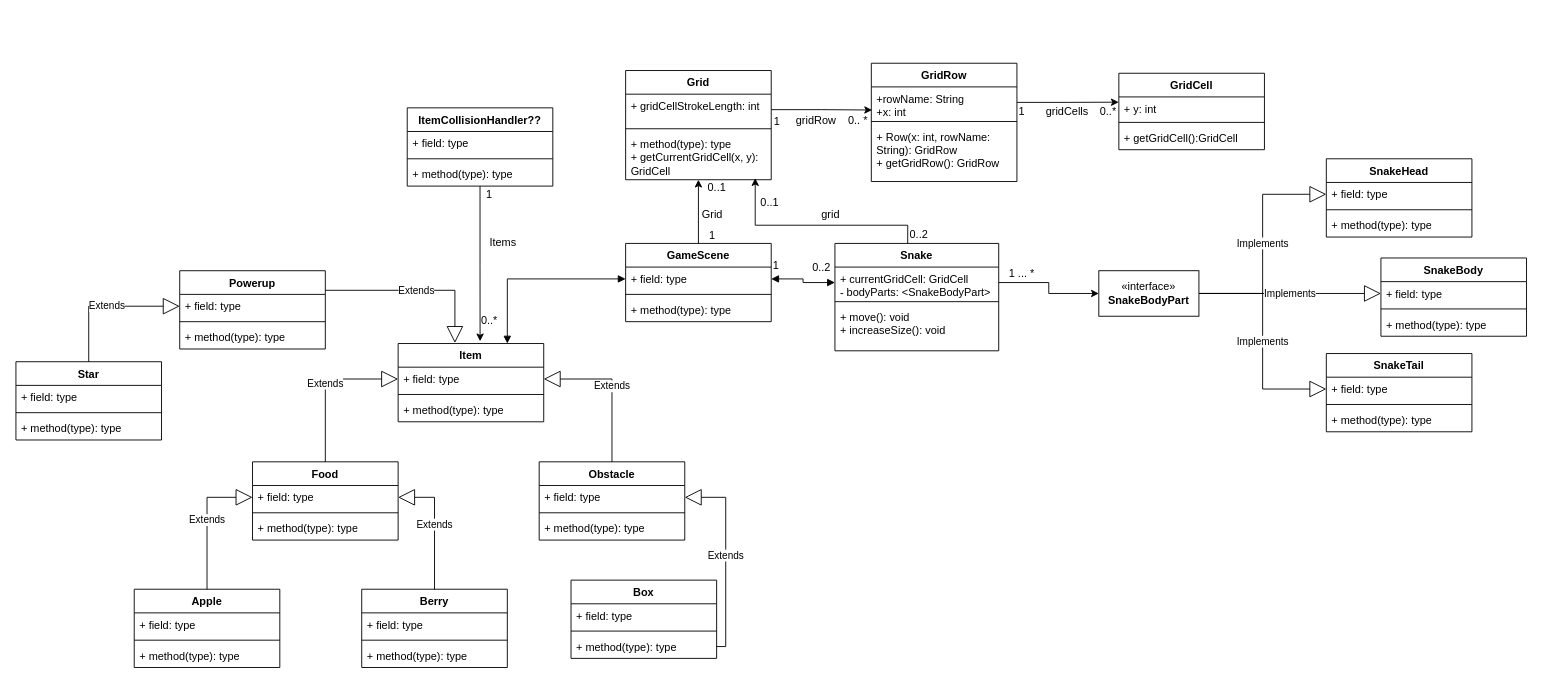
D-Jordy/pvp-snake keeps this draw.io diagram as pvp-snake-TO.drawio. Above is the earlier version. Source tidied: cells renumbered, new cells numbered last; positions are measured from the earlier drawing's top-left corner, leaving out a move shared by most shapes. Both pictures are drawn from the tidied source at 91%, with x=0, y=0 at pixel (15, 63).
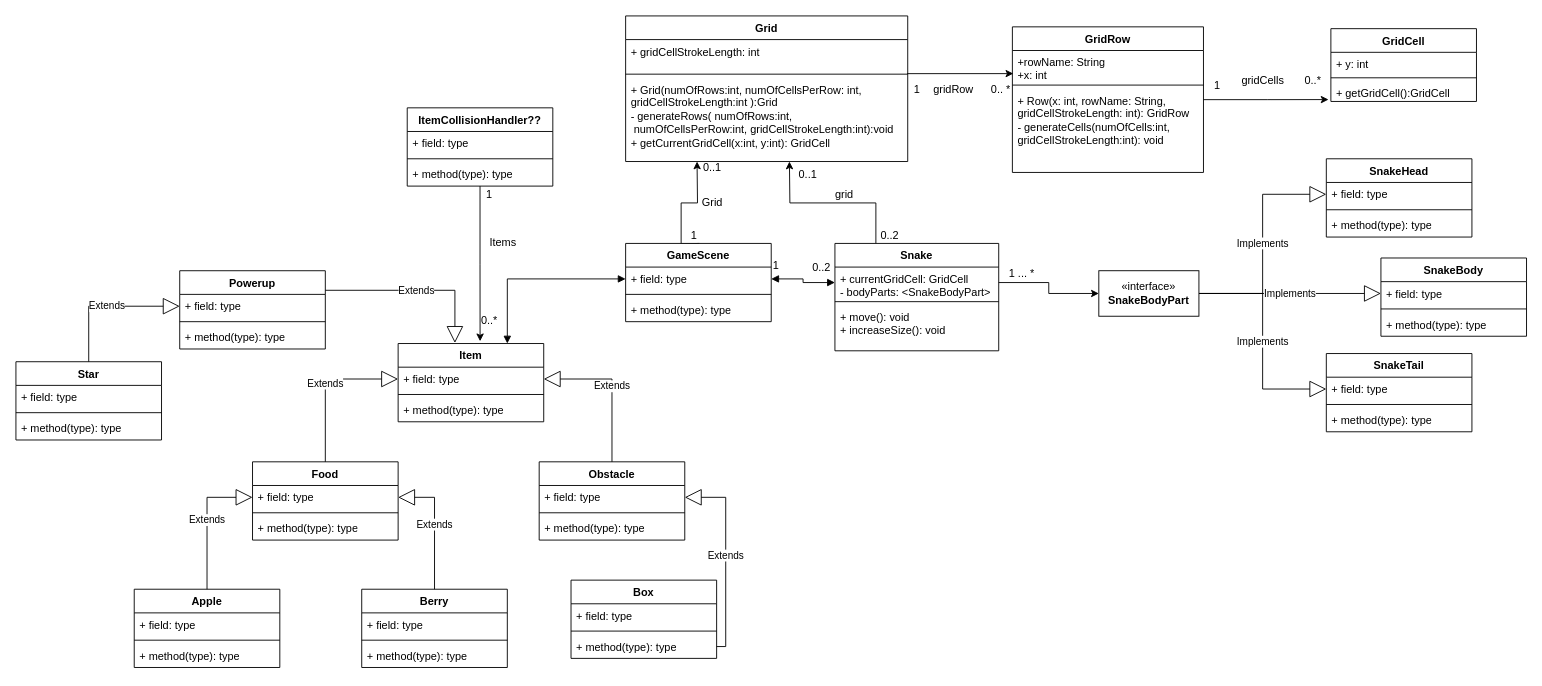
After the change.

Commit message (it also covers changes not shown here):
updated diagram after previous merge has overwritten diagram

The change refers to these unchanged cells:
```xml
<mxCell id="2" value="Snake" style="swimlane;fontStyle=1;align=center;verticalAlign=top;horizontal=1;startSize=26;whiteSpace=wrap;html=1;" parent="1" vertex="1">
  <mxGeometry x="900" y="198" width="180" height="118" as="geometry" />
</mxCell>
<mxCell id="46" value="GameScene" style="swimlane;fontStyle=1;align=center;verticalAlign=top;horizontal=1;startSize=26;whiteSpace=wrap;html=1;" parent="1" vertex="1">
  <mxGeometry x="670" y="198" width="160" height="86" as="geometry" />
</mxCell>
```

The edit, as a diff of the source:
```diff
@@
+    <mxCell id="107" style="edgeStyle=orthogonalEdgeStyle;rounded=0;jettySize=auto;html=1;exitX=0.25;exitY=0;exitDx=0;exitDy=0;" parent="1" edge="1" source="2">
+      <mxGeometry relative="1" as="geometry">
+        <mxPoint x="850" y="108" as="targetPoint" />
+      </mxGeometry>
+    </mxCell>
@@
-    <mxCell id="45" style="edgeStyle=orthogonalEdgeStyle;rounded=0;jettySize=auto;html=1;entryX=0.5;entryY=1;entryDx=0;entryDy=0;" parent="1" edge="1" source="46" target="56">
-      <mxGeometry relative="1" as="geometry" />
+    <mxCell id="45" style="edgeStyle=orthogonalEdgeStyle;rounded=0;orthogonalLoop=1;jettySize=auto;html=1;entryX=0.25;entryY=1;entryDx=0;entryDy=0;" parent="1" edge="1">
+      <mxGeometry relative="1" as="geometry">
+        <mxPoint x="751" y="198" as="sourcePoint" />
+        <mxPoint x="748.5" y="108" as="targetPoint" />
+      </mxGeometry>
     </mxCell>
@@
-    <mxCell id="52" value="GridCell" style="swimlane;fontStyle=1;align=center;verticalAlign=top;horizontal=1;startSize=26;whiteSpace=wrap;html=1;" parent="1" vertex="1">
-      <mxGeometry x="1212" y="11" width="160" height="84" as="geometry" />
-    </mxCell>
-    <mxCell id="53" value="&lt;div&gt;+ y: int&lt;/div&gt;" style="text;strokeColor=none;fillColor=none;align=left;verticalAlign=top;spacingLeft=4;spacingRight=4;overflow=hidden;points=[[0,0.5],[1,0.5]];portConstraint=eastwest;whiteSpace=wrap;html=1;" parent="52" vertex="1">
-      <mxGeometry y="26" width="160" height="24" as="geometry" />
-    </mxCell>
-    <mxCell id="54" style="line;strokeWidth=1;fillColor=none;align=left;verticalAlign=middle;spacingTop=-1;spacingLeft=3;spacingRight=3;labelPosition=right;strokeColor=inherit;" parent="52" vertex="1">
-      <mxGeometry y="50" width="160" height="8" as="geometry" />
-    </mxCell>
-    <mxCell id="55" value="+ getGridCell():GridCell" style="text;strokeColor=none;fillColor=none;align=left;verticalAlign=top;spacingLeft=4;spacingRight=4;overflow=hidden;points=[[0,0.5],[1,0.5]];portConstraint=eastwest;whiteSpace=wrap;html=1;" parent="52" vertex="1">
-      <mxGeometry y="58" width="160" height="26" as="geometry" />
-    </mxCell>
-    <mxCell id="56" value="Grid" style="swimlane;fontStyle=1;align=center;verticalAlign=top;horizontal=1;startSize=26;whiteSpace=wrap;html=1;" parent="1" vertex="1">
-      <mxGeometry x="670" y="8" width="160" height="120" as="geometry" />
-    </mxCell>
-    <mxCell id="57" value="+ gridCellStrokeLength: int" style="text;strokeColor=none;fillColor=none;align=left;verticalAlign=top;spacingLeft=4;spacingRight=4;overflow=hidden;points=[[0,0.5],[1,0.5]];portConstraint=eastwest;whiteSpace=wrap;html=1;" parent="56" vertex="1">
-      <mxGeometry y="26" width="160" height="34" as="geometry" />
-    </mxCell>
-    <mxCell id="58" style="line;strokeWidth=1;fillColor=none;align=left;verticalAlign=middle;spacingTop=-1;spacingLeft=3;spacingRight=3;labelPosition=right;strokeColor=inherit;" parent="56" vertex="1">
-      <mxGeometry y="60" width="160" height="8" as="geometry" />
-    </mxCell>
-    <mxCell id="59" value="+ method(type): type&lt;div&gt;+ getCurrentGridCell(x, y): GridCell&lt;/div&gt;" style="text;strokeColor=none;fillColor=none;align=left;verticalAlign=top;spacingLeft=4;spacingRight=4;overflow=hidden;points=[[0,0.5],[1,0.5]];portConstraint=eastwest;whiteSpace=wrap;html=1;" parent="56" vertex="1">
-      <mxGeometry y="68" width="160" height="52" as="geometry" />
-    </mxCell>
-    <mxCell id="60" value="0.. *" style="text;html=1;align=center;verticalAlign=middle;strokeColor=none;fillColor=none;" parent="1" vertex="1">
-      <mxGeometry x="905" y="48" width="40" height="30" as="geometry" />
-    </mxCell>
-    <mxCell id="61" value="1" style="text;html=1;align=center;verticalAlign=middle;strokeColor=none;fillColor=none;" parent="1" vertex="1">
-      <mxGeometry x="821" y="49" width="30" height="30" as="geometry" />
-    </mxCell>
     <mxCell id="62" value="0..1" style="text;html=1;align=center;verticalAlign=middle;strokeColor=none;fillColor=none;" parent="1" vertex="1">
-      <mxGeometry x="750" y="122" width="40" height="30" as="geometry" />
+      <mxGeometry x="745" y="100" width="40" height="30" as="geometry" />
     </mxCell>
     <mxCell id="63" value="1" style="text;html=1;align=center;verticalAlign=middle;strokeColor=none;fillColor=none;" parent="1" vertex="1">
-      <mxGeometry x="750" y="175" width="30" height="30" as="geometry" />
+      <mxGeometry x="730" y="175" width="30" height="30" as="geometry" />
     </mxCell>
-    <mxCell id="64" style="edgeStyle=orthogonalEdgeStyle;rounded=0;jettySize=auto;html=1;entryX=0.89;entryY=0.968;entryDx=0;entryDy=0;entryPerimeter=0;" parent="1" edge="1" source="2" target="59">
-      <mxGeometry relative="1" as="geometry">
-        <Array as="points">
-          <mxPoint x="980" y="178" />
-          <mxPoint x="812" y="178" />
-        </Array>
-      </mxGeometry>
-    </mxCell>
     <mxCell id="65" value="0..1" style="text;html=1;align=center;verticalAlign=middle;strokeColor=none;fillColor=none;" parent="1" vertex="1">
-      <mxGeometry x="808" y="138" width="40" height="30" as="geometry" />
+      <mxGeometry x="850" y="108" width="40" height="30" as="geometry" />
     </mxCell>
     <mxCell id="66" value="0..2" style="text;html=1;align=center;verticalAlign=middle;strokeColor=none;fillColor=none;" parent="1" vertex="1">
-      <mxGeometry x="972" y="174" width="40" height="30" as="geometry" />
+      <mxGeometry x="940" y="175" width="40" height="30" as="geometry" />
     </mxCell>
@@
     <mxCell id="69" value="Grid" style="text;html=1;align=center;verticalAlign=middle;strokeColor=none;fillColor=none;" parent="1" vertex="1">
-      <mxGeometry x="740" y="152" width="50" height="30" as="geometry" />
+      <mxGeometry x="740" y="138" width="50" height="30" as="geometry" />
     </mxCell>
-    <mxCell id="70" value="gridRow" style="text;html=1;align=center;verticalAlign=middle;strokeColor=none;fillColor=none;" parent="1" vertex="1">
-      <mxGeometry x="844" y="48" width="70" height="30" as="geometry" />
-    </mxCell>
     <mxCell id="71" value="grid" style="text;html=1;align=center;verticalAlign=middle;strokeColor=none;fillColor=none;" parent="1" vertex="1">
-      <mxGeometry x="875" y="152" width="40" height="30" as="geometry" />
+      <mxGeometry x="890" y="130" width="40" height="30" as="geometry" />
     </mxCell>
-    <mxCell id="72" value="GridRow" style="swimlane;fontStyle=1;align=center;verticalAlign=top;horizontal=1;startSize=26;whiteSpace=wrap;html=1;" parent="1" vertex="1">
-      <mxGeometry x="940" width="160" height="130" as="geometry" />
-    </mxCell>
-    <mxCell id="73" value="+rowName: String&lt;div&gt;+x: int&lt;/div&gt;" style="text;strokeColor=none;fillColor=none;align=left;verticalAlign=top;spacingLeft=4;spacingRight=4;overflow=hidden;points=[[0,0.5],[1,0.5]];portConstraint=eastwest;whiteSpace=wrap;html=1;" parent="72" vertex="1">
-      <mxGeometry y="26" width="160" height="34" as="geometry" />
-    </mxCell>
-    <mxCell id="74" style="line;strokeWidth=1;fillColor=none;align=left;verticalAlign=middle;spacingTop=-1;spacingLeft=3;spacingRight=3;labelPosition=right;strokeColor=inherit;" parent="72" vertex="1">
-      <mxGeometry y="60" width="160" height="8" as="geometry" />
-    </mxCell>
-    <mxCell id="75" value="+ Row(x: int, rowName: String):&amp;nbsp;GridRow&lt;div&gt;+ getGridRow(): GridRow&lt;/div&gt;" style="text;strokeColor=none;fillColor=none;align=left;verticalAlign=top;spacingLeft=4;spacingRight=4;overflow=hidden;whiteSpace=wrap;html=1;" parent="72" vertex="1">
-      <mxGeometry y="68" width="160" height="62" as="geometry" />
-    </mxCell>
-    <mxCell id="76" style="edgeStyle=orthogonalEdgeStyle;rounded=0;jettySize=auto;html=1;entryX=0.005;entryY=0.747;entryDx=0;entryDy=0;entryPerimeter=0;" parent="1" edge="1" source="57" target="73">
-      <mxGeometry relative="1" as="geometry" />
+    <mxCell id="76" style="edgeStyle=orthogonalEdgeStyle;rounded=0;orthogonalLoop=1;jettySize=auto;html=1;entryX=0.005;entryY=0.747;entryDx=0;entryDy=0;entryPerimeter=0;" parent="1" edge="1">
+      <mxGeometry relative="1" as="geometry">
+        <mxPoint x="830" y="51" as="sourcePoint" />
+      </mxGeometry>
     </mxCell>
-    <mxCell id="77" style="edgeStyle=orthogonalEdgeStyle;rounded=0;jettySize=auto;html=1;entryX=-0.001;entryY=0.241;entryDx=0;entryDy=0;entryPerimeter=0;" parent="1" edge="1" source="73" target="53">
-      <mxGeometry relative="1" as="geometry" />
+    <mxCell id="77" style="edgeStyle=orthogonalEdgeStyle;rounded=0;orthogonalLoop=1;jettySize=auto;html=1;entryX=-0.001;entryY=0.241;entryDx=0;entryDy=0;entryPerimeter=0;" parent="1" edge="1">
+      <mxGeometry relative="1" as="geometry">
+        <mxPoint x="1100" y="43" as="sourcePoint" />
+      </mxGeometry>
     </mxCell>
-    <mxCell id="78" value="1" style="text;html=1;align=center;verticalAlign=middle;strokeColor=none;fillColor=none;" parent="1" vertex="1">
-      <mxGeometry x="1090" y="38" width="30" height="30" as="geometry" />
-    </mxCell>
-    <mxCell id="79" value="gridCells" style="text;html=1;align=center;verticalAlign=middle;strokeColor=none;fillColor=none;" parent="1" vertex="1">
-      <mxGeometry x="1120" y="38" width="70" height="30" as="geometry" />
-    </mxCell>
-    <mxCell id="80" value="0..*" style="text;html=1;align=center;verticalAlign=middle;strokeColor=none;fillColor=none;" parent="1" vertex="1">
-      <mxGeometry x="1180" y="38" width="40" height="30" as="geometry" />
-    </mxCell>
@@
+    <mxCell id="52" value="GridCell" style="swimlane;fontStyle=1;align=center;verticalAlign=top;horizontal=1;startSize=26;whiteSpace=wrap;html=1;" parent="1" vertex="1">
+      <mxGeometry x="1445" y="-38" width="160" height="80" as="geometry" />
+    </mxCell>
+    <mxCell id="53" value="&lt;div&gt;+ y: int&lt;/div&gt;" style="text;strokeColor=none;fillColor=none;align=left;verticalAlign=top;spacingLeft=4;spacingRight=4;overflow=hidden;points=[[0,0.5],[1,0.5]];portConstraint=eastwest;whiteSpace=wrap;html=1;" parent="52" vertex="1">
+      <mxGeometry y="26" width="160" height="24" as="geometry" />
+    </mxCell>
+    <mxCell id="54" style="line;strokeWidth=1;fillColor=none;align=left;verticalAlign=middle;spacingTop=-1;spacingLeft=3;spacingRight=3;labelPosition=right;strokeColor=inherit;" parent="52" vertex="1">
+      <mxGeometry y="50" width="160" height="8" as="geometry" />
+    </mxCell>
+    <mxCell id="55" value="+ getGridCell():GridCell" style="text;strokeColor=none;fillColor=none;align=left;verticalAlign=top;spacingLeft=4;spacingRight=4;overflow=hidden;points=[[0,0.5],[1,0.5]];portConstraint=eastwest;whiteSpace=wrap;html=1;" parent="52" vertex="1">
+      <mxGeometry y="58" width="160" height="22" as="geometry" />
+    </mxCell>
+    <mxCell id="56" value="Grid" style="swimlane;fontStyle=1;align=center;verticalAlign=top;horizontal=1;startSize=26;whiteSpace=wrap;html=1;" parent="1" vertex="1">
+      <mxGeometry x="670" y="-52" width="310" height="160" as="geometry" />
+    </mxCell>
+    <mxCell id="57" value="+ gridCellStrokeLength: int" style="text;strokeColor=none;fillColor=none;align=left;verticalAlign=top;spacingLeft=4;spacingRight=4;overflow=hidden;points=[[0,0.5],[1,0.5]];portConstraint=eastwest;whiteSpace=wrap;html=1;" parent="56" vertex="1">
+      <mxGeometry y="26" width="310" height="34" as="geometry" />
+    </mxCell>
+    <mxCell id="108" style="line;strokeWidth=1;fillColor=none;align=left;verticalAlign=middle;spacingTop=-1;spacingLeft=3;spacingRight=3;labelPosition=right;points=[];portConstraint=eastwest;strokeColor=inherit;" parent="56" vertex="1">
+      <mxGeometry y="60" width="310" height="8" as="geometry" />
+    </mxCell>
+    <mxCell id="109" value="&lt;div&gt;+ Grid(numOfRows:int, numOfCellsPerRow: int,&lt;/div&gt;&lt;div&gt;gridCellStrokeLength:int ):Grid&lt;/div&gt;- generateRows(&amp;nbsp;&lt;span style=&quot;background-color: initial;&quot;&gt;numOfRows:int,&amp;nbsp; &amp;nbsp; &amp;nbsp;numOfCellsPerRow:int, gridCellStrokeLength:int):void&lt;/span&gt;&lt;div&gt;&lt;div&gt;+ getCurrentGridCell(x:int, y:int): GridCell&lt;/div&gt;&lt;/div&gt;" style="text;strokeColor=none;fillColor=none;align=left;verticalAlign=top;spacingLeft=4;spacingRight=4;overflow=hidden;whiteSpace=wrap;html=1;" parent="56" vertex="1">
+      <mxGeometry y="68" width="310" height="92" as="geometry" />
+    </mxCell>
+    <mxCell id="60" value="0.. *" style="text;html=1;align=center;verticalAlign=middle;strokeColor=none;fillColor=none;" parent="1" vertex="1">
+      <mxGeometry x="1062" y="14" width="40" height="30" as="geometry" />
+    </mxCell>
+    <mxCell id="110" value="1" style="text;html=1;align=center;verticalAlign=middle;strokeColor=none;fillColor=none;" parent="1" vertex="1">
+      <mxGeometry x="975" y="14" width="30" height="30" as="geometry" />
+    </mxCell>
+    <mxCell id="70" value="gridRow" style="text;html=1;align=center;verticalAlign=middle;strokeColor=none;fillColor=none;" parent="1" vertex="1">
+      <mxGeometry x="995" y="14" width="70" height="30" as="geometry" />
+    </mxCell>
+    <mxCell id="111" style="edgeStyle=orthogonalEdgeStyle;rounded=0;jettySize=auto;html=1;entryX=-0.016;entryY=0.906;entryDx=0;entryDy=0;entryPerimeter=0;" parent="1" edge="1" source="72" target="55">
+      <mxGeometry relative="1" as="geometry" />
+    </mxCell>
+    <mxCell id="72" value="GridRow" style="swimlane;fontStyle=1;align=center;verticalAlign=top;horizontal=1;startSize=26;whiteSpace=wrap;html=1;" parent="1" vertex="1">
+      <mxGeometry x="1095" y="-40" width="210" height="160" as="geometry" />
+    </mxCell>
+    <mxCell id="73" value="+rowName: String&lt;div&gt;+x: int&lt;/div&gt;" style="text;strokeColor=none;fillColor=none;align=left;verticalAlign=top;spacingLeft=4;spacingRight=4;overflow=hidden;points=[[0,0.5],[1,0.5]];portConstraint=eastwest;whiteSpace=wrap;html=1;" parent="72" vertex="1">
+      <mxGeometry y="26" width="210" height="34" as="geometry" />
+    </mxCell>
+    <mxCell id="112" style="line;strokeWidth=1;fillColor=none;align=left;verticalAlign=middle;spacingTop=-1;spacingLeft=3;spacingRight=3;labelPosition=right;strokeColor=inherit;" parent="72" vertex="1">
+      <mxGeometry y="60" width="210" height="8" as="geometry" />
+    </mxCell>
+    <mxCell id="113" value="+ Row(x: int, rowName: String, gridCellStrokeLength: int):&amp;nbsp;GridRow&lt;div&gt;&lt;div&gt;- generateCells(&lt;span style=&quot;background-color: initial;&quot;&gt;numOfCells:int,&lt;/span&gt;&lt;/div&gt;&lt;div&gt;gridCellStrokeLength:int&lt;span style=&quot;background-color: initial;&quot;&gt;): void&lt;/span&gt;&lt;/div&gt;&lt;/div&gt;" style="text;strokeColor=none;fillColor=none;align=left;verticalAlign=top;spacingLeft=4;spacingRight=4;overflow=hidden;whiteSpace=wrap;html=1;" parent="72" vertex="1">
+      <mxGeometry y="68" width="210" height="92" as="geometry" />
+    </mxCell>
+    <mxCell id="114" style="edgeStyle=orthogonalEdgeStyle;rounded=0;jettySize=auto;html=1;entryX=0.005;entryY=0.747;entryDx=0;entryDy=0;entryPerimeter=0;exitX=0.998;exitY=0.429;exitDx=0;exitDy=0;exitPerimeter=0;" parent="1" edge="1" source="108" target="73">
+      <mxGeometry relative="1" as="geometry" />
+    </mxCell>
+    <mxCell id="115" value="1" style="text;html=1;align=center;verticalAlign=middle;strokeColor=none;fillColor=none;" parent="1" vertex="1">
+      <mxGeometry x="1305" y="10" width="30" height="30" as="geometry" />
+    </mxCell>
+    <mxCell id="79" value="gridCells" style="text;html=1;align=center;verticalAlign=middle;strokeColor=none;fillColor=none;" parent="1" vertex="1">
+      <mxGeometry x="1335" y="4" width="70" height="30" as="geometry" />
+    </mxCell>
+    <mxCell id="80" value="0..*" style="text;html=1;align=center;verticalAlign=middle;strokeColor=none;fillColor=none;" parent="1" vertex="1">
+      <mxGeometry x="1405" y="4" width="40" height="30" as="geometry" />
+    </mxCell>
```
